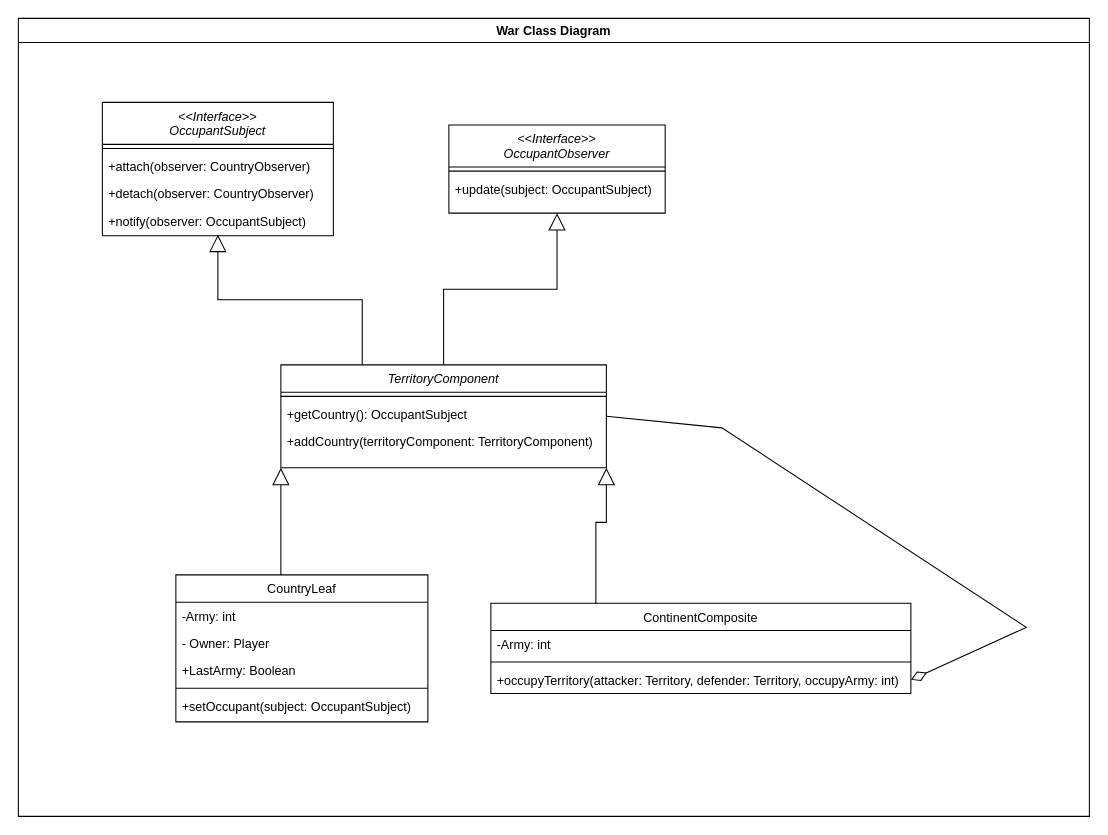
Before: Diagrama sem nome.drawio in arqowl/War_ClassDiagram, a draw.io diagram. Source tidied: cells renumbered, new cells numbered last; positions are measured from the earlier drawing's top-left corner, leaving out a move shared by most shapes. Both pictures are drawn from the tidied source at 105%, with x=0, y=0 at pixel (18, 18).
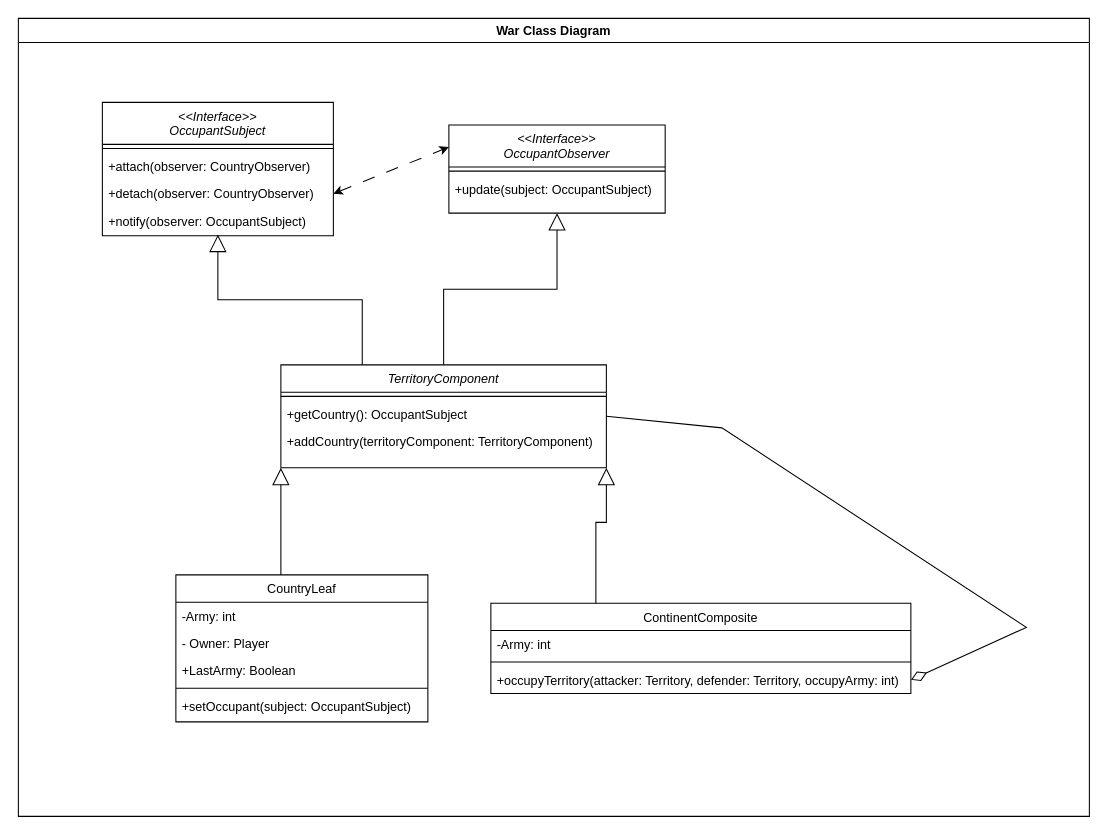
The same diagram, later.

Unchanged cells that the change refers to:
```xml
<mxCell id="18" value="&lt;&lt;Interface&gt;&gt;&#10;OccupantObserver" style="swimlane;fontStyle=2;align=center;verticalAlign=top;horizontal=1;startSize=40;rounded=0;shadow=0;strokeWidth=1;" parent="1" vertex="1">
  <mxGeometry x="410" y="101.5" width="206" height="84" as="geometry" />
</mxCell>
<mxCell id="25" value="+detach(observer: CountryObserver)" style="text;align=left;verticalAlign=top;spacingLeft=4;spacingRight=4;overflow=hidden;points=[[0,0.5],[1,0.5]];portConstraint=eastwest;" parent="22" vertex="1">
  <mxGeometry y="74" width="220" height="26" as="geometry" />
</mxCell>
```

The edit, as a diff of the source:
```diff
@@
+    <mxCell id="30" style="endArrow=classic;startArrow=classic;html=1;rounded=0;exitX=1;exitY=0.5;exitDx=0;exitDy=0;entryX=0;entryY=0.25;entryDx=0;entryDy=0;dashed=1;dashPattern=12 12;" parent="1" edge="1" source="25" target="18">
+      <mxGeometry relative="1" as="geometry" />
+    </mxCell>
```
